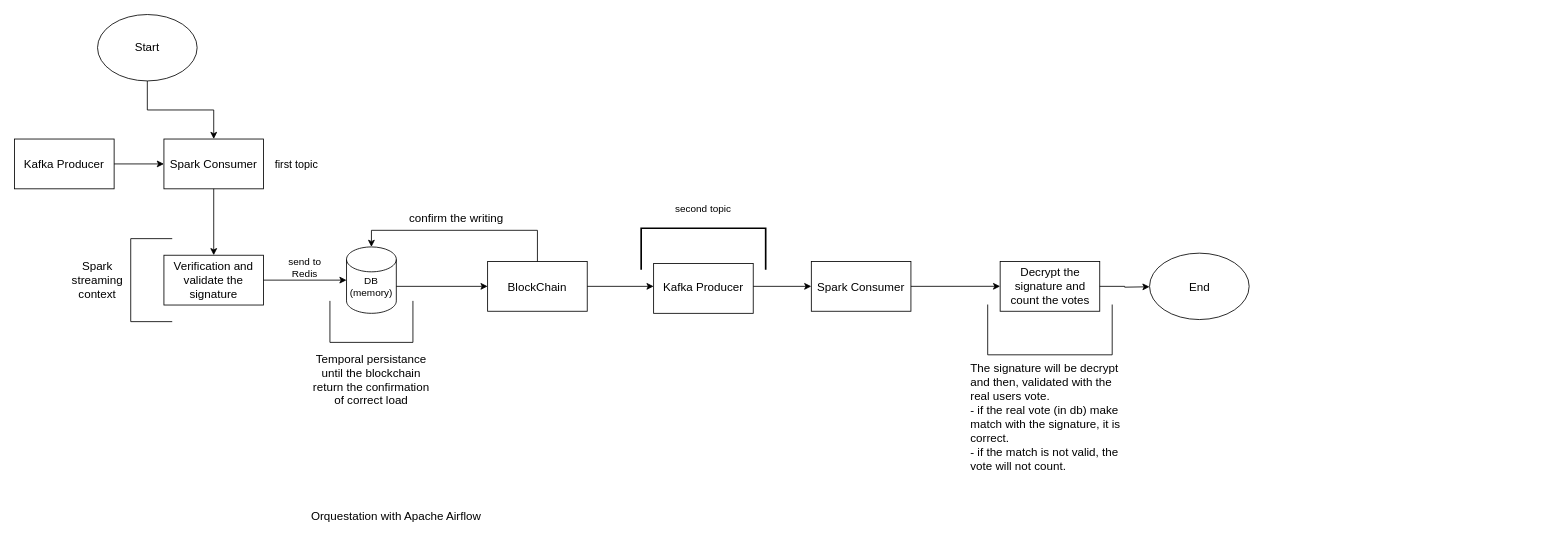
The draw.io diagram diagrams-uml/process_vote.drawio in jarodriguezf/ElectXChain, before the edit. Source tidied: cells renumbered, new cells numbered last; positions are measured from the earlier drawing's top-left corner, leaving out a move shared by most shapes. Both pictures are drawn from the tidied source at 83%, with x=0, y=0 at pixel (14, 14).
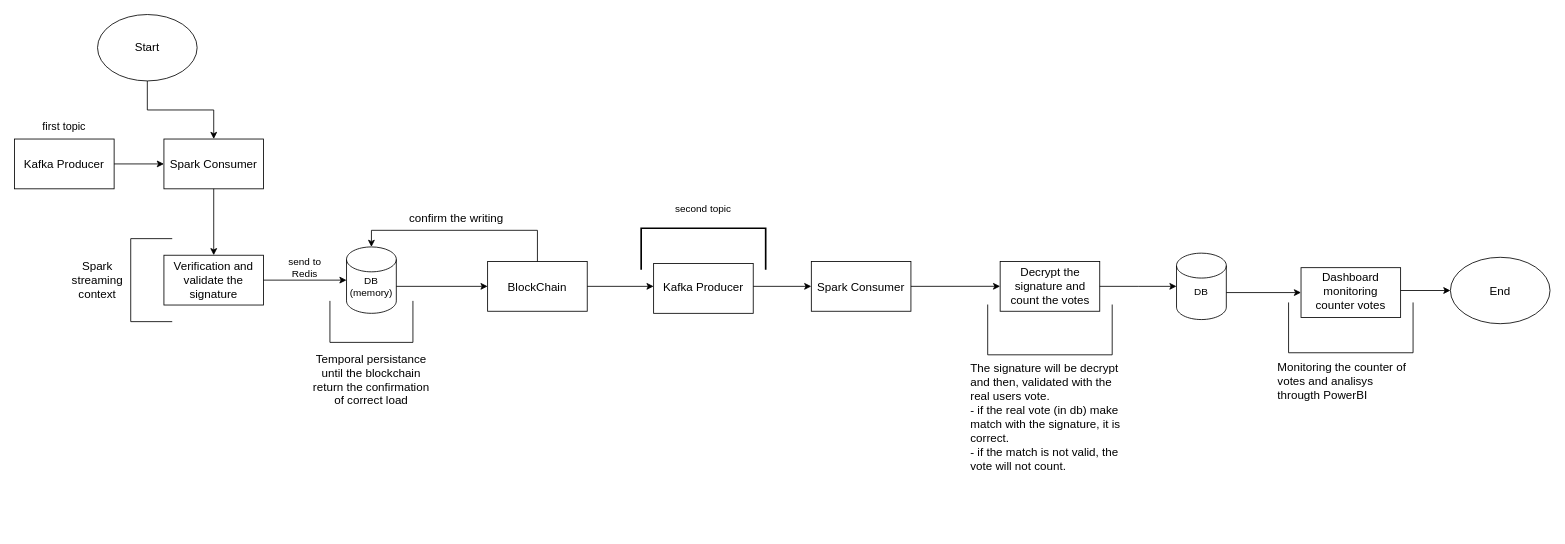
After the change.

The change refers to these unchanged cells:
```xml
<mxCell id="30" value="&lt;font style=&quot;font-size: 14px;&quot;&gt;Decrypt the signature and count the votes&lt;/font&gt;" style="text;html=1;align=center;verticalAlign=middle;whiteSpace=wrap;rounded=0;" parent="1" vertex="1">
  <mxGeometry x="1187.5" y="296.2" width="120" height="62.5" as="geometry" />
</mxCell>
```

Change to the diagram source:
```diff
@@
     <mxCell id="15" style="ellipse;whiteSpace=wrap;html=1;" parent="1" vertex="1">
-      <mxGeometry x="1367.5" y="287.5" width="120" height="80" as="geometry" />
+      <mxGeometry x="1730" y="292.5" width="120" height="80" as="geometry" />
     </mxCell>
     <mxCell id="16" value="&lt;span style=&quot;font-size: 14px;&quot;&gt;End&lt;/span&gt;" style="text;html=1;align=center;verticalAlign=middle;whiteSpace=wrap;rounded=0;" parent="1" vertex="1">
-      <mxGeometry x="1397.5" y="312.5" width="60" height="30" as="geometry" />
+      <mxGeometry x="1760" y="317.5" width="60" height="30" as="geometry" />
     </mxCell>
@@
-    <mxCell id="29" style="edgeStyle=orthogonalEdgeStyle;rounded=0;jettySize=auto;html=1;" parent="1" edge="1" source="30">
-      <mxGeometry relative="1" as="geometry">
-        <mxPoint x="1367.5" y="328" as="targetPoint" />
-      </mxGeometry>
-    </mxCell>
+    <mxCell id="43" style="edgeStyle=orthogonalEdgeStyle;rounded=0;jettySize=auto;html=1;" parent="1" edge="1" source="30" target="44">
+      <mxGeometry relative="1" as="geometry" />
+    </mxCell>
@@
-    <mxCell id="33" value="&lt;font style=&quot;font-size: 14px;&quot;&gt;Orquestation with Apache Airflow&lt;/font&gt;" style="text;html=1;align=center;verticalAlign=middle;whiteSpace=wrap;rounded=0;" parent="1" vertex="1">
-      <mxGeometry x="350" y="590" width="220" height="30" as="geometry" />
-    </mxCell>
@@
     <mxCell id="42" value="&lt;font style=&quot;font-size: 13px;&quot;&gt;first topic&lt;/font&gt;" style="text;html=1;align=center;verticalAlign=middle;whiteSpace=wrap;rounded=0;" parent="1" vertex="1">
-      <mxGeometry x="300" y="165" width="80" height="30" as="geometry" />
+      <mxGeometry x="20" y="120" width="80" height="30" as="geometry" />
     </mxCell>
+    <mxCell id="44" style="shape=cylinder3;whiteSpace=wrap;html=1;boundedLbl=1;backgroundOutline=1;size=15;" parent="1" vertex="1">
+      <mxGeometry x="1400" y="287.5" width="60" height="80" as="geometry" />
+    </mxCell>
+    <mxCell id="45" style="edgeStyle=orthogonalEdgeStyle;rounded=0;jettySize=auto;html=1;" parent="1" edge="1" source="46" target="47">
+      <mxGeometry relative="1" as="geometry" />
+    </mxCell>
+    <mxCell id="46" value="DB" style="text;html=1;align=center;verticalAlign=middle;whiteSpace=wrap;rounded=0;" parent="1" vertex="1">
+      <mxGeometry x="1400" y="320" width="60" height="30" as="geometry" />
+    </mxCell>
+    <mxCell id="47" style="rounded=0;whiteSpace=wrap;html=1;" parent="1" vertex="1">
+      <mxGeometry x="1550" y="305" width="120" height="60" as="geometry" />
+    </mxCell>
+    <mxCell id="48" style="edgeStyle=orthogonalEdgeStyle;rounded=0;jettySize=auto;html=1;exitX=1;exitY=0.5;exitDx=0;exitDy=0;entryX=0;entryY=0.5;entryDx=0;entryDy=0;" parent="1" edge="1" source="49" target="15">
+      <mxGeometry relative="1" as="geometry" />
+    </mxCell>
+    <mxCell id="49" value="&lt;font style=&quot;font-size: 14px;&quot;&gt;Dashboard&lt;/font&gt;&lt;div style=&quot;font-size: 14px;&quot;&gt;&lt;font style=&quot;font-size: 14px;&quot;&gt;monitoring&lt;/font&gt;&lt;/div&gt;&lt;div style=&quot;font-size: 14px;&quot;&gt;&lt;font style=&quot;font-size: 14px;&quot;&gt;counter votes&lt;/font&gt;&lt;/div&gt;" style="text;html=1;align=center;verticalAlign=middle;whiteSpace=wrap;rounded=0;" parent="1" vertex="1">
+      <mxGeometry x="1550" y="305" width="120" height="55" as="geometry" />
+    </mxCell>
+    <mxCell id="50" style="shape=partialRectangle;whiteSpace=wrap;html=1;bottom=1;right=1;left=1;top=0;fillColor=none;routingCenterX=-0.5;" parent="1" vertex="1">
+      <mxGeometry x="1535" y="347.5" width="150" height="60" as="geometry" />
+    </mxCell>
+    <mxCell id="51" value="&lt;font style=&quot;font-size: 14px;&quot;&gt;Monitoring the counter of votes and analisys througth&amp;nbsp;PowerBI&lt;/font&gt;" style="text;html=1;whiteSpace=wrap;overflow=hidden;rounded=0;align=left;" parent="1" vertex="1">
+      <mxGeometry x="1520" y="410" width="180" height="60" as="geometry" />
+    </mxCell>
```
